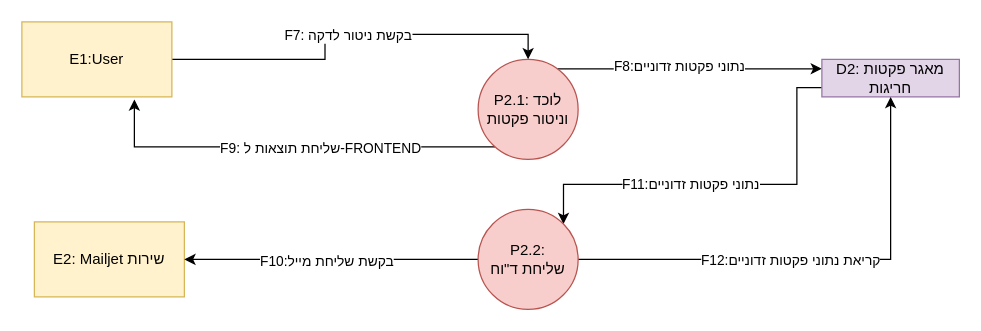
EyasSh/WiresharkClone keeps this draw.io diagram as הפרוייקט/DFD1p2SUB.drawio. Above is the earlier version. Source tidied: cells renumbered, new cells numbered last; positions are measured from the earlier drawing's top-left corner, leaving out a move shared by most shapes. Both pictures are drawn from the tidied source at 125%, with x=0, y=0 at pixel (21, 21).
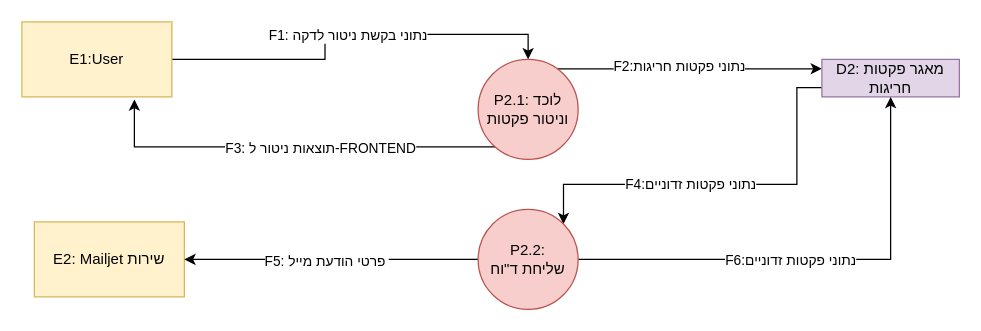
After the change.

The change refers to these unchanged cells:
```xml
<mxCell id="2" style="edgeStyle=orthogonalEdgeStyle;rounded=0;jettySize=auto;html=1;" parent="1" edge="1" source="6">
  <mxGeometry relative="1" as="geometry">
    <mxPoint x="90" y="62" as="targetPoint" />
    <Array as="points">
      <mxPoint x="90" y="100" />
      <mxPoint x="90" y="62" />
    </Array>
  </mxGeometry>
</mxCell>
<mxCell id="4" style="edgeStyle=orthogonalEdgeStyle;rounded=0;jettySize=auto;html=1;entryX=0;entryY=0.25;entryDx=0;entryDy=0;" parent="1" edge="1" source="6" target="9">
  <mxGeometry relative="1" as="geometry">
    <Array as="points">
      <mxPoint x="543" y="38" />
    </Array>
  </mxGeometry>
</mxCell>
<mxCell id="7" style="edgeStyle=orthogonalEdgeStyle;rounded=0;jettySize=auto;html=1;entryX=1;entryY=0;entryDx=0;entryDy=0;exitX=0;exitY=0.75;exitDx=0;exitDy=0;" parent="1" edge="1" source="9" target="18">
  <mxGeometry relative="1" as="geometry">
    <Array as="points">
      <mxPoint x="620" y="53" />
      <mxPoint x="620" y="130" />
      <mxPoint x="433" y="130" />
    </Array>
  </mxGeometry>
</mxCell>
<mxCell id="10" style="edgeStyle=orthogonalEdgeStyle;rounded=0;jettySize=auto;html=1;entryX=0.5;entryY=0;entryDx=0;entryDy=0;" parent="1" edge="1" source="12" target="6">
  <mxGeometry relative="1" as="geometry" />
</mxCell>
<mxCell id="14" style="edgeStyle=orthogonalEdgeStyle;rounded=0;jettySize=auto;html=1;entryX=1;entryY=0.5;entryDx=0;entryDy=0;" parent="1" edge="1" source="18" target="13">
  <mxGeometry relative="1" as="geometry" />
</mxCell>
<mxCell id="16" style="edgeStyle=orthogonalEdgeStyle;rounded=0;jettySize=auto;html=1;entryX=0.5;entryY=1;entryDx=0;entryDy=0;" parent="1" edge="1" source="18" target="9">
  <mxGeometry relative="1" as="geometry" />
</mxCell>
```

What changed in the source:
```diff
@@
-    <mxCell id="3" value="F9: שליחת תוצאות ל-FRONTEND" style="edgeLabel;html=1;align=center;verticalAlign=middle;" parent="2" vertex="1">
+    <mxCell id="3" value="F3: תוצאות ניטור ל-FRONTEND" style="edgeLabel;html=1;align=center;verticalAlign=middle;" parent="2" vertex="1">
       <mxGeometry x="-0.61" relative="1" as="geometry">
         <mxPoint x="-76" as="offset" />
       </mxGeometry>
     </mxCell>
@@
-    <mxCell id="5" value="F8:נתוני פקטות&amp;nbsp;זדוניים" style="edgeLabel;html=1;align=center;verticalAlign=middle;" parent="4" vertex="1">
+    <mxCell id="5" value="F2:נתוני פקטות&amp;nbsp;חריגות" style="edgeLabel;html=1;align=center;verticalAlign=middle;" parent="4" vertex="1">
       <mxGeometry x="-0.08" y="3" relative="1" as="geometry">
         <mxPoint y="1" as="offset" />
       </mxGeometry>
     </mxCell>
@@
-    <mxCell id="8" value="F11:נתוני פקטות זדוניים" style="edgeLabel;html=1;align=center;verticalAlign=middle;" parent="7" vertex="1">
+    <mxCell id="8" value="F4:נתוני פקטות זדוניים" style="edgeLabel;html=1;align=center;verticalAlign=middle;" parent="7" vertex="1">
       <mxGeometry x="0.16" y="-1" relative="1" as="geometry" />
     </mxCell>
@@
-    <mxCell id="11" value="F7: בקשת ניטור לדקה" style="edgeLabel;html=1;align=center;verticalAlign=middle;" parent="10" vertex="1">
+    <mxCell id="11" value="F1: נתוני בקשת ניטור לדקה" style="edgeLabel;html=1;align=center;verticalAlign=middle;" parent="10" vertex="1">
       <mxGeometry x="-0.11" y="2" relative="1" as="geometry">
         <mxPoint x="15" y="2" as="offset" />
       </mxGeometry>
     </mxCell>
@@
-    <mxCell id="15" value="F10:בקשת שליחת מייל" style="edgeLabel;html=1;align=center;verticalAlign=middle;" parent="14" vertex="1">
+    <mxCell id="15" value="F5: פרטי הודעת מייל&amp;nbsp;" style="edgeLabel;html=1;align=center;verticalAlign=middle;" parent="14" vertex="1">
       <mxGeometry x="0.05" y="1" relative="1" as="geometry">
         <mxPoint x="1" as="offset" />
       </mxGeometry>
     </mxCell>
@@
-    <mxCell id="17" value="F12:קריאת נתוני פקטות&amp;nbsp;זדוניים" style="edgeLabel;html=1;align=center;verticalAlign=middle;" parent="16" vertex="1">
+    <mxCell id="17" value="F6:נתוני פקטות&amp;nbsp;זדוניים" style="edgeLabel;html=1;align=center;verticalAlign=middle;" parent="16" vertex="1">
       <mxGeometry x="-0.11" y="1" relative="1" as="geometry">
         <mxPoint y="1" as="offset" />
       </mxGeometry>
     </mxCell>
```
